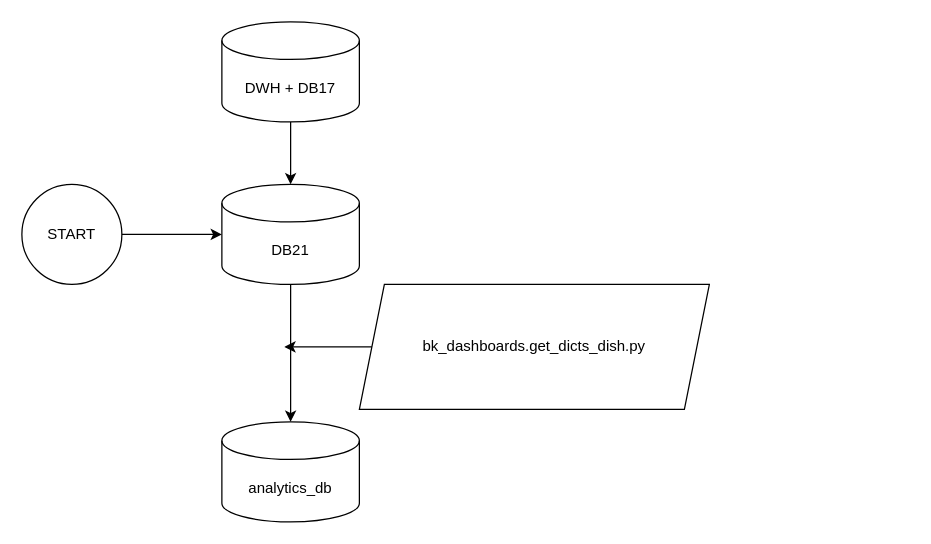
Above: bk_recsys_etl.drawio in ArlanovCsb/responsive_menu (draw.io), before the change. Source tidied: cells renumbered, new cells numbered last; positions are measured from the earlier drawing's top-left corner, leaving out a move shared by most shapes. Both pictures are drawn from the tidied source at 125%, with x=0, y=0 at pixel (21, 21).
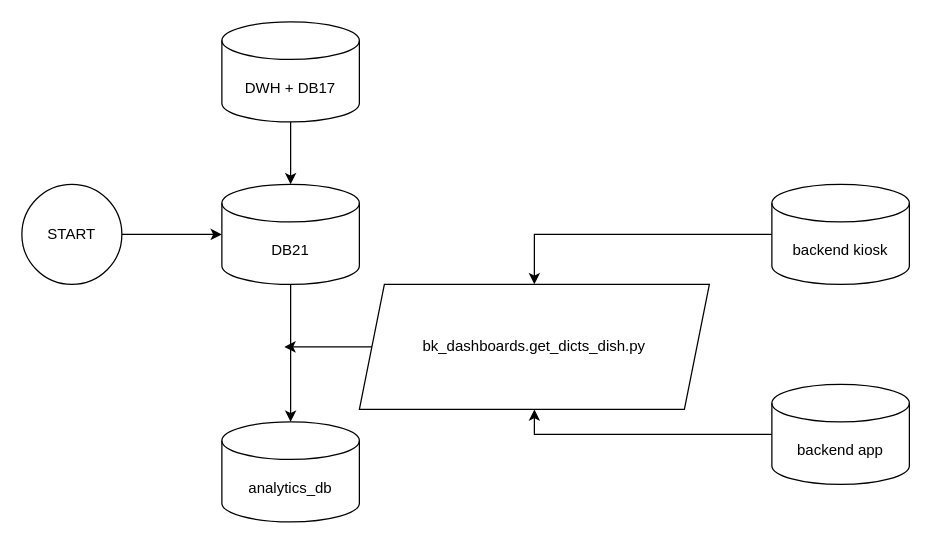
The same page after the edit.

What changed in the source:
```diff
@@
 <mxGraphModel>
   <root>
     <mxCell id="0" />
     <mxCell id="1" parent="0" />
     <mxCell id="2" style="edgeStyle=orthogonalEdgeStyle;rounded=0;jettySize=auto;html=1;" parent="1" edge="1" source="3" target="4">
       <mxGeometry relative="1" as="geometry" />
     </mxCell>
     <mxCell id="3" value="DB21" style="shape=cylinder3;whiteSpace=wrap;html=1;boundedLbl=1;backgroundOutline=1;size=15;" parent="1" vertex="1">
       <mxGeometry x="160" y="130" width="110" height="80" as="geometry" />
     </mxCell>
     <mxCell id="4" value="analytics_db" style="shape=cylinder3;whiteSpace=wrap;html=1;boundedLbl=1;backgroundOutline=1;size=15;" parent="1" vertex="1">
       <mxGeometry x="160" y="320" width="110" height="80" as="geometry" />
     </mxCell>
     <mxCell id="5" value="START" style="ellipse;whiteSpace=wrap;html=1;" parent="1" vertex="1">
       <mxGeometry y="130" width="80" height="80" as="geometry" />
     </mxCell>
     <mxCell id="6" style="edgeStyle=orthogonalEdgeStyle;rounded=0;jettySize=auto;html=1;entryX=0;entryY=0.5;entryDx=0;entryDy=0;entryPerimeter=0;" parent="1" edge="1" source="5" target="3">
       <mxGeometry relative="1" as="geometry" />
     </mxCell>
     <mxCell id="7" value="DWH + DB17" style="shape=cylinder3;whiteSpace=wrap;html=1;boundedLbl=1;backgroundOutline=1;size=15;" parent="1" vertex="1">
       <mxGeometry x="160" width="110" height="80" as="geometry" />
     </mxCell>
     <mxCell id="8" style="edgeStyle=orthogonalEdgeStyle;rounded=0;jettySize=auto;html=1;entryX=0.5;entryY=0;entryDx=0;entryDy=0;entryPerimeter=0;" parent="1" edge="1" source="7" target="3">
       <mxGeometry relative="1" as="geometry" />
     </mxCell>
     <mxCell id="9" style="edgeStyle=orthogonalEdgeStyle;rounded=0;jettySize=auto;html=1;" parent="1" edge="1" source="10">
       <mxGeometry relative="1" as="geometry">
         <mxPoint x="210" y="260" as="targetPoint" />
       </mxGeometry>
     </mxCell>
     <mxCell id="10" value="bk_dashboards.get_dicts_dish.py" style="shape=parallelogram;perimeter=parallelogramPerimeter;whiteSpace=wrap;html=1;fixedSize=1;" parent="1" vertex="1">
       <mxGeometry x="270" y="210" width="280" height="100" as="geometry" />
     </mxCell>
+    <mxCell id="11" style="edgeStyle=orthogonalEdgeStyle;rounded=0;jettySize=auto;html=1;entryX=0.5;entryY=0;entryDx=0;entryDy=0;" parent="1" edge="1" source="12" target="10">
+      <mxGeometry relative="1" as="geometry" />
+    </mxCell>
+    <mxCell id="12" value="backend kiosk" style="shape=cylinder3;whiteSpace=wrap;html=1;boundedLbl=1;backgroundOutline=1;size=15;" parent="1" vertex="1">
+      <mxGeometry x="600" y="130" width="110" height="80" as="geometry" />
+    </mxCell>
+    <mxCell id="13" style="edgeStyle=orthogonalEdgeStyle;rounded=0;jettySize=auto;html=1;entryX=0.5;entryY=1;entryDx=0;entryDy=0;" parent="1" edge="1" source="14" target="10">
+      <mxGeometry relative="1" as="geometry" />
+    </mxCell>
+    <mxCell id="14" value="backend app" style="shape=cylinder3;whiteSpace=wrap;html=1;boundedLbl=1;backgroundOutline=1;size=15;" parent="1" vertex="1">
+      <mxGeometry x="600" y="290" width="110" height="80" as="geometry" />
+    </mxCell>
   </root>
 </mxGraphModel>
```
